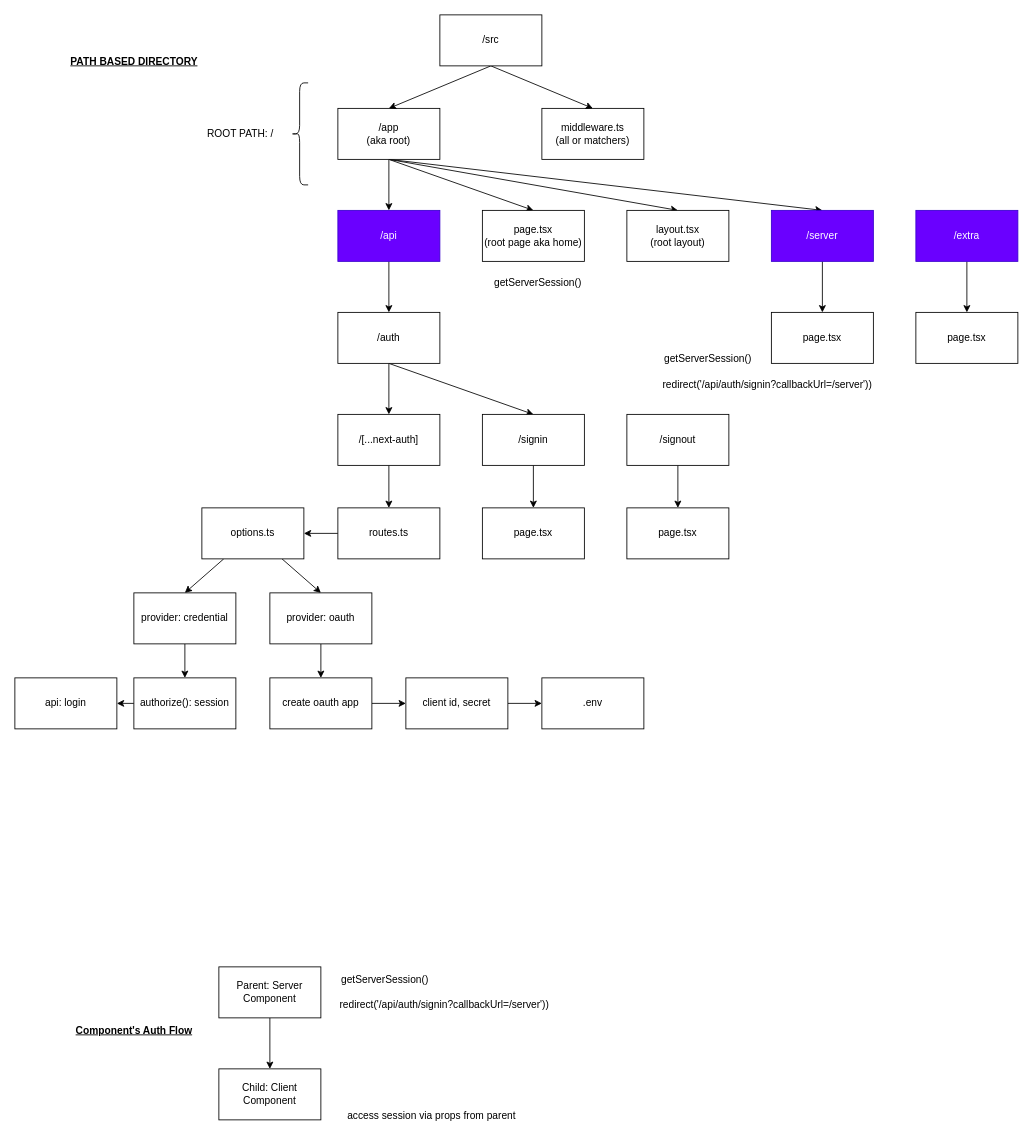
Above: page "dir-struct" (1 of 2) of next06-next-auth/README.drawio in roylee0704/hello-next13 (draw.io), before the change. Source tidied: cells renumbered, new cells numbered last; positions are measured from the earlier drawing's top-left corner, leaving out a move shared by most shapes. Both pictures are drawn from the tidied source at 85%, with x=0, y=0 at pixel (14, 14).
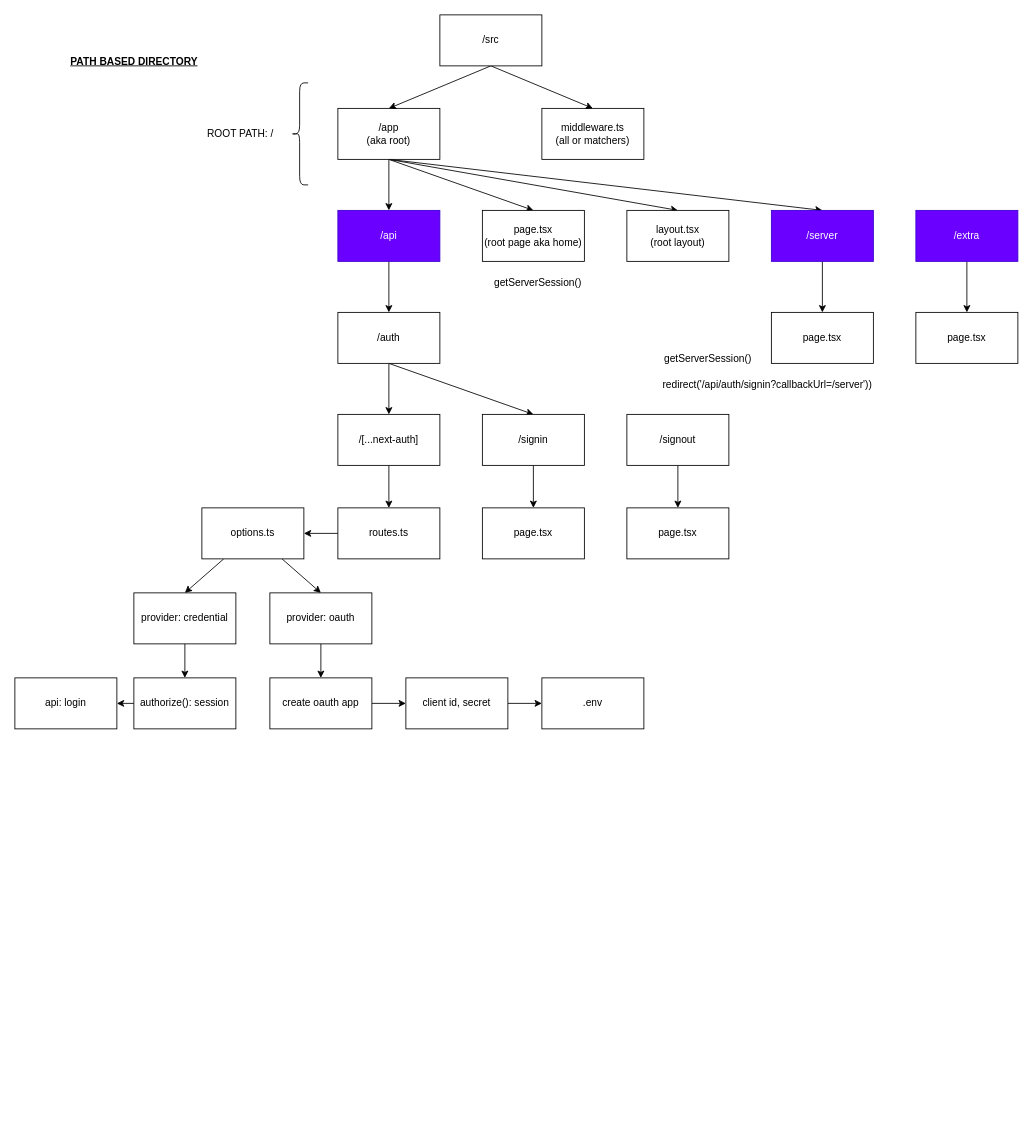
The same diagram, later.

Diff of the diagram source:
```diff
@@
-    <mxCell id="54" style="edgeStyle=none;html=1;" parent="1" edge="1" source="55" target="56">
-      <mxGeometry relative="1" as="geometry" />
-    </mxCell>
-    <mxCell id="55" value="Parent: Server Component" style="rounded=0;whiteSpace=wrap;html=1;fontStyle=0;" parent="1" vertex="1">
-      <mxGeometry x="240" y="1120" width="120" height="60" as="geometry" />
-    </mxCell>
-    <mxCell id="56" value="Child: Client Component" style="rounded=0;whiteSpace=wrap;html=1;fontStyle=0;" parent="1" vertex="1">
-      <mxGeometry x="240" y="1240" width="120" height="60" as="geometry" />
-    </mxCell>
-    <mxCell id="57" value="redirect('/api/auth/signin?callbackUrl=/server'))" style="text;html=1;align=center;verticalAlign=middle;strokeColor=none;fillColor=none;" parent="1" vertex="1">
-      <mxGeometry x="370" y="1150" width="270" height="30" as="geometry" />
-    </mxCell>
-    <mxCell id="58" value="getServerSession()" style="text;html=1;align=center;verticalAlign=middle;strokeColor=none;fillColor=none;" parent="1" vertex="1">
-      <mxGeometry x="370" y="1120" width="130" height="30" as="geometry" />
-    </mxCell>
-    <mxCell id="59" value="access session via props from parent" style="text;html=1;align=center;verticalAlign=middle;strokeColor=none;fillColor=none;" parent="1" vertex="1">
-      <mxGeometry x="380" y="1280" width="220" height="30" as="geometry" />
-    </mxCell>
-    <mxCell id="60" value="Component's Auth Flow" style="text;html=1;align=center;verticalAlign=middle;strokeColor=none;fillColor=none;fontStyle=5;" parent="1" vertex="1">
-      <mxGeometry x="60" y="1180" width="160" height="30" as="geometry" />
-    </mxCell>
```
